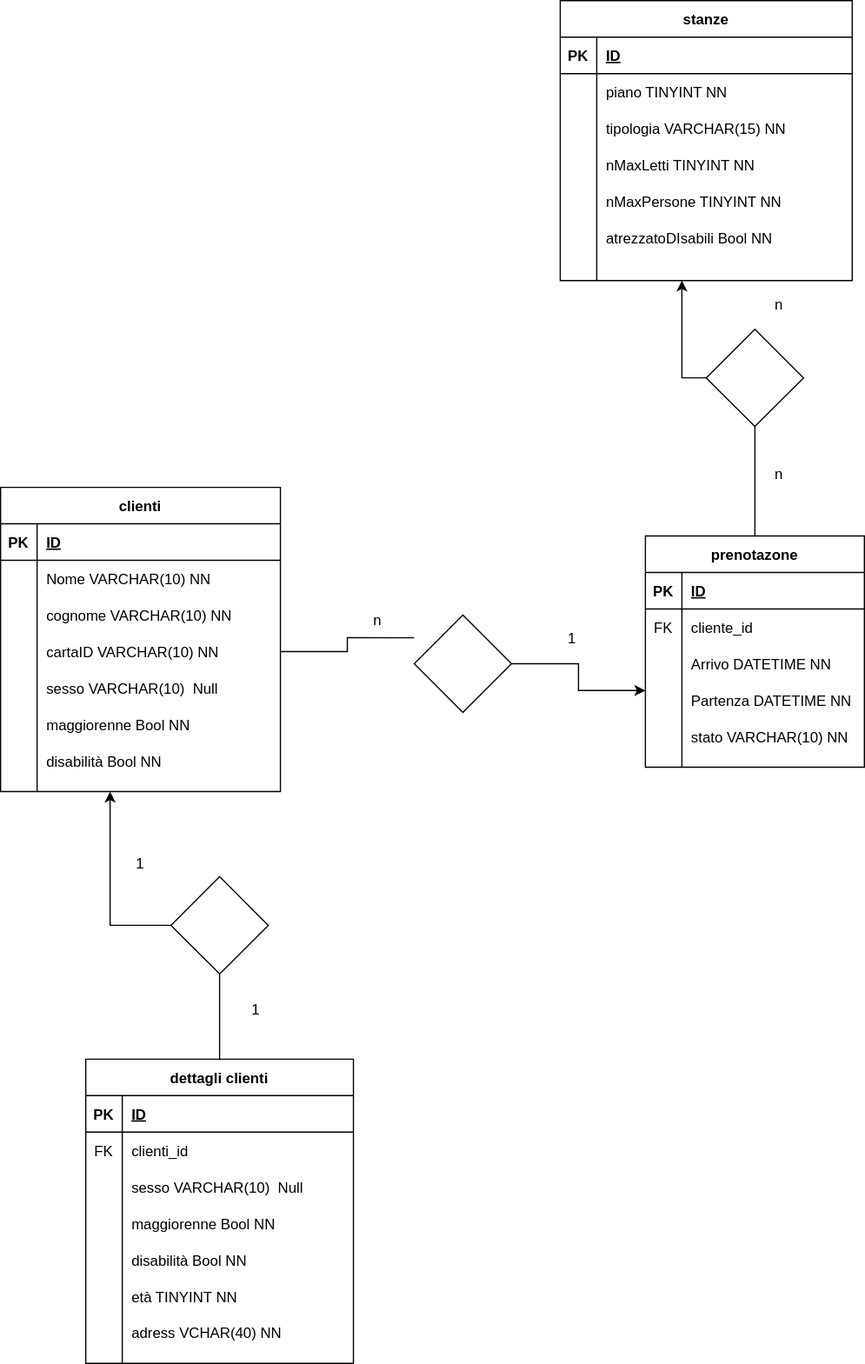
Before: hotel.svg, a diagram exported from draw.io (GabrieleCorti/db-hotel). Source tidied: cells renumbered, new cells last; positions are measured from the earlier drawing's top-left corner, leaving out a move shared by most shapes.
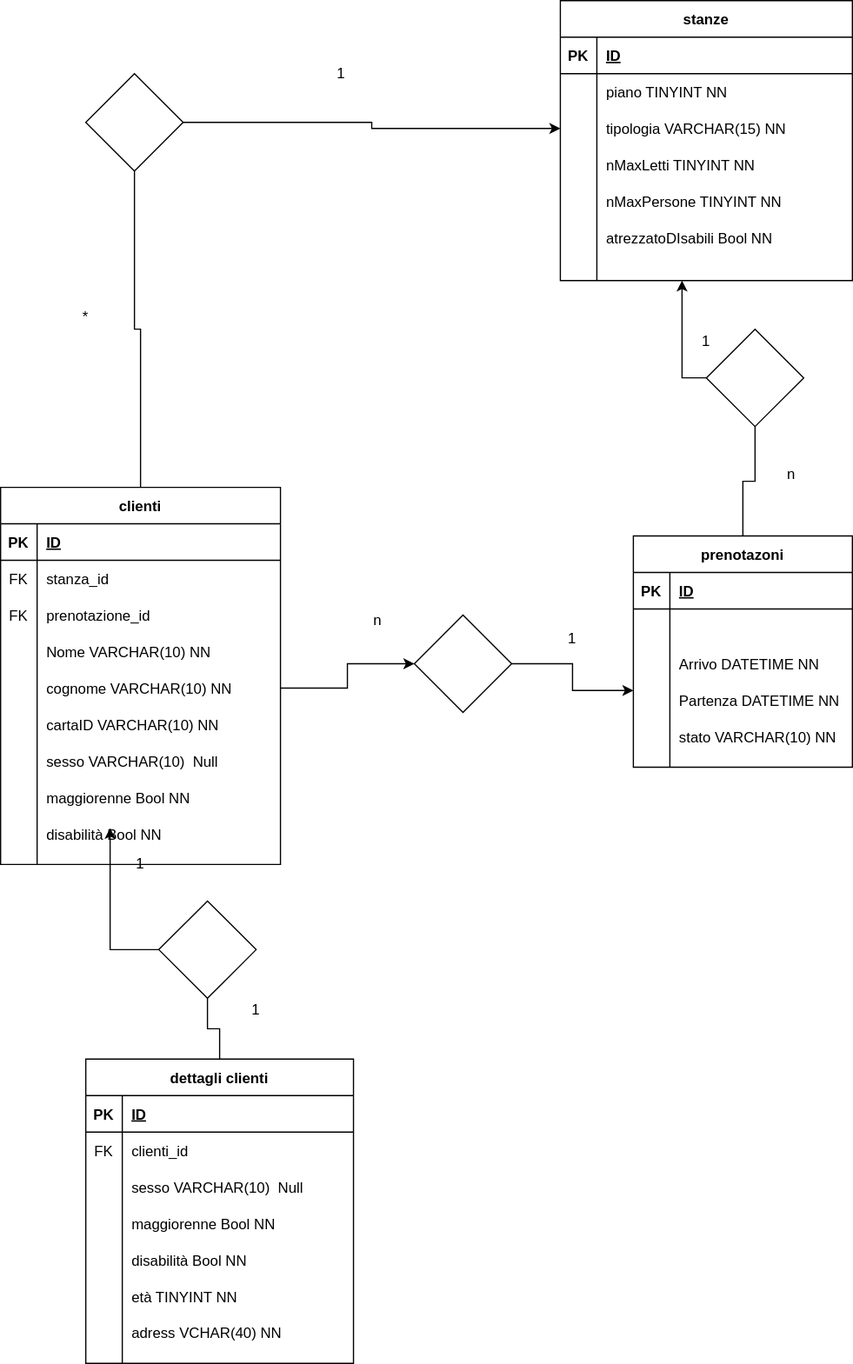
Later version of the same file.

Commit message:
coretto errori

The edit, as a diff of the source:
```diff
@@ -59,8 +59,11 @@
     <mxCell id="20" value="atrezzatoDIsabili Bool NN" style="shape=partialRectangle;fillColor=none;top=0;left=0;bottom=0;right=0;align=left;spacingLeft=6;overflow=hidden;" parent="18" vertex="1">
       <mxGeometry x="30" width="210" height="30" as="geometry" />
     </mxCell>
+    <mxCell id="95" style="edgeStyle=orthogonalEdgeStyle;rounded=0;jettySize=auto;html=1;startArrow=none;" parent="1" edge="1" source="102" target="9">
+      <mxGeometry relative="1" as="geometry" />
+    </mxCell>
     <mxCell id="21" value="clienti" style="shape=table;startSize=30;rowLines=0;fontStyle=1;align=center;" parent="1" vertex="1">
-      <mxGeometry y="400" width="230" height="250" as="geometry" />
+      <mxGeometry y="400" width="230" height="310" as="geometry" />
     </mxCell>
     <mxCell id="22" style="shape=partialRectangle;fillColor=none;top=0;left=0;bottom=1;right=0;" parent="21" vertex="1">
       <mxGeometry y="30" width="230" height="30" as="geometry" />
@@ -71,8 +74,26 @@
     <mxCell id="24" value="ID" style="shape=partialRectangle;fillColor=none;top=0;left=0;bottom=0;right=0;align=left;spacingLeft=6;fontStyle=5;overflow=hidden;" parent="22" vertex="1">
       <mxGeometry x="30" width="200" height="30" as="geometry" />
     </mxCell>
+    <mxCell id="96" style="shape=partialRectangle;fillColor=none;top=0;left=0;bottom=0;right=0;" parent="21" vertex="1">
+      <mxGeometry y="60" width="230" height="30" as="geometry" />
+    </mxCell>
+    <mxCell id="97" value="FK" style="shape=partialRectangle;fillColor=none;top=0;left=0;bottom=0;right=0;fontStyle=0;overflow=hidden;" parent="96" vertex="1">
+      <mxGeometry width="30" height="30" as="geometry" />
+    </mxCell>
+    <mxCell id="98" value="stanza_id" style="shape=partialRectangle;fillColor=none;top=0;left=0;bottom=0;right=0;align=left;spacingLeft=6;fontStyle=0;overflow=hidden;" parent="96" vertex="1">
+      <mxGeometry x="30" width="200" height="30" as="geometry" />
+    </mxCell>
+    <mxCell id="99" style="shape=partialRectangle;fillColor=none;top=0;left=0;bottom=0;right=0;" parent="21" vertex="1">
+      <mxGeometry y="90" width="230" height="30" as="geometry" />
+    </mxCell>
+    <mxCell id="100" value="FK" style="shape=partialRectangle;fillColor=none;top=0;left=0;bottom=0;right=0;fontStyle=0;overflow=hidden;" parent="99" vertex="1">
+      <mxGeometry width="30" height="30" as="geometry" />
+    </mxCell>
+    <mxCell id="101" value="prenotazione_id" style="shape=partialRectangle;fillColor=none;top=0;left=0;bottom=0;right=0;align=left;spacingLeft=6;fontStyle=0;overflow=hidden;" parent="99" vertex="1">
+      <mxGeometry x="30" width="200" height="30" as="geometry" />
+    </mxCell>
     <mxCell id="25" style="shape=partialRectangle;fillColor=none;top=0;left=0;bottom=0;right=0;" parent="21" vertex="1">
-      <mxGeometry y="60" width="230" height="30" as="geometry" />
+      <mxGeometry y="120" width="230" height="30" as="geometry" />
     </mxCell>
     <mxCell id="26" style="shape=partialRectangle;fillColor=none;top=0;left=0;bottom=0;right=0;overflow=hidden;" parent="25" vertex="1">
       <mxGeometry width="30" height="30" as="geometry" />
@@ -81,7 +102,7 @@
       <mxGeometry x="30" width="200" height="30" as="geometry" />
     </mxCell>
     <mxCell id="28" style="shape=partialRectangle;fillColor=none;top=0;left=0;bottom=0;right=0;points=[[0,0.5],[1,0.5]];portConstraint=eastwest;" parent="21" vertex="1">
-      <mxGeometry y="90" width="230" height="30" as="geometry" />
+      <mxGeometry y="150" width="230" height="30" as="geometry" />
     </mxCell>
     <mxCell id="29" style="shape=partialRectangle;fillColor=none;top=0;left=0;bottom=0;right=0;overflow=hidden;" parent="28" vertex="1">
       <mxGeometry width="30" height="30" as="geometry" />
@@ -90,7 +111,7 @@
       <mxGeometry x="30" width="200" height="30" as="geometry" />
     </mxCell>
     <mxCell id="31" style="shape=partialRectangle;fillColor=none;top=0;left=0;bottom=0;right=0;points=[[0,0.5],[1,0.5]];portConstraint=eastwest;" parent="21" vertex="1">
-      <mxGeometry y="120" width="230" height="30" as="geometry" />
+      <mxGeometry y="180" width="230" height="30" as="geometry" />
     </mxCell>
     <mxCell id="32" style="shape=partialRectangle;fillColor=none;top=0;left=0;bottom=0;right=0;overflow=hidden;" parent="31" vertex="1">
       <mxGeometry width="30" height="30" as="geometry" />
@@ -99,7 +120,7 @@
       <mxGeometry x="30" width="200" height="30" as="geometry" />
     </mxCell>
     <mxCell id="34" style="shape=partialRectangle;fillColor=none;top=0;left=0;bottom=0;right=0;" parent="21" vertex="1">
-      <mxGeometry y="150" width="230" height="30" as="geometry" />
+      <mxGeometry y="210" width="230" height="30" as="geometry" />
     </mxCell>
     <mxCell id="35" style="shape=partialRectangle;fillColor=none;top=0;left=0;bottom=0;right=0;overflow=hidden;" parent="34" vertex="1">
       <mxGeometry width="30" height="30" as="geometry" />
@@ -108,7 +129,7 @@
       <mxGeometry x="30" width="200" height="30" as="geometry" />
     </mxCell>
     <mxCell id="37" style="shape=partialRectangle;fillColor=none;top=0;left=0;bottom=0;right=0;" parent="21" vertex="1">
-      <mxGeometry y="180" width="230" height="30" as="geometry" />
+      <mxGeometry y="240" width="230" height="30" as="geometry" />
     </mxCell>
     <mxCell id="38" style="shape=partialRectangle;fillColor=none;top=0;left=0;bottom=0;right=0;overflow=hidden;" parent="37" vertex="1">
       <mxGeometry width="30" height="30" as="geometry" />
@@ -117,7 +138,7 @@
       <mxGeometry x="30" width="200" height="30" as="geometry" />
     </mxCell>
     <mxCell id="40" style="shape=partialRectangle;fillColor=none;top=0;left=0;bottom=0;right=0;" parent="21" vertex="1">
-      <mxGeometry y="210" width="230" height="30" as="geometry" />
+      <mxGeometry y="270" width="230" height="30" as="geometry" />
     </mxCell>
     <mxCell id="41" style="shape=partialRectangle;fillColor=none;top=0;left=0;bottom=0;right=0;overflow=hidden;" parent="40" vertex="1">
       <mxGeometry width="30" height="30" as="geometry" />
@@ -130,8 +151,8 @@
         <mxPoint x="560" y="230" as="targetPoint" />
       </mxGeometry>
     </mxCell>
-    <mxCell id="44" value="prenotazone" style="shape=table;startSize=30;rowLines=0;fontStyle=1;align=center;" parent="1" vertex="1">
-      <mxGeometry x="530" y="440" width="180" height="190" as="geometry" />
+    <mxCell id="44" value="prenotazoni" style="shape=table;startSize=30;rowLines=0;fontStyle=1;align=center;" parent="1" vertex="1">
+      <mxGeometry x="520" y="440" width="180" height="190" as="geometry" />
     </mxCell>
     <mxCell id="45" style="shape=partialRectangle;fillColor=none;top=0;left=0;bottom=1;right=0;" parent="44" vertex="1">
       <mxGeometry y="30" width="180" height="30" as="geometry" />
@@ -145,10 +166,10 @@
     <mxCell id="48" style="shape=partialRectangle;fillColor=none;top=0;left=0;bottom=0;right=0;" parent="44" vertex="1">
       <mxGeometry y="60" width="180" height="30" as="geometry" />
     </mxCell>
-    <mxCell id="49" value="FK" style="shape=partialRectangle;fillColor=none;top=0;left=0;bottom=0;right=0;fontStyle=0;overflow=hidden;" parent="48" vertex="1">
+    <mxCell id="49" style="shape=partialRectangle;fillColor=none;top=0;left=0;bottom=0;right=0;fontStyle=0;overflow=hidden;" parent="48" vertex="1">
       <mxGeometry width="30" height="30" as="geometry" />
     </mxCell>
-    <mxCell id="50" value="cliente_id" style="shape=partialRectangle;fillColor=none;top=0;left=0;bottom=0;right=0;align=left;spacingLeft=6;fontStyle=0;overflow=hidden;" parent="48" vertex="1">
+    <mxCell id="50" style="shape=partialRectangle;fillColor=none;top=0;left=0;bottom=0;right=0;align=left;spacingLeft=6;fontStyle=0;overflow=hidden;" parent="48" vertex="1">
       <mxGeometry x="30" width="150" height="30" as="geometry" />
     </mxCell>
     <mxCell id="51" style="shape=partialRectangle;fillColor=none;top=0;left=0;bottom=0;right=0;" parent="44" vertex="1">
@@ -194,14 +215,14 @@
       <mxGeometry relative="1" as="geometry" />
     </mxCell>
     <mxCell id="65" value="n" style="text;html=1;strokeColor=none;fillColor=none;align=center;verticalAlign=middle;whiteSpace=wrap;rounded=0;" parent="1" vertex="1">
-      <mxGeometry x="620" y="240" width="40" height="20" as="geometry" />
+      <mxGeometry x="630" y="380" width="40" height="20" as="geometry" />
     </mxCell>
-    <mxCell id="66" value="n" style="text;html=1;strokeColor=none;fillColor=none;align=center;verticalAlign=middle;whiteSpace=wrap;rounded=0;" parent="1" vertex="1">
-      <mxGeometry x="620" y="380" width="40" height="20" as="geometry" />
+    <mxCell id="66" value="1" style="text;html=1;strokeColor=none;fillColor=none;align=center;verticalAlign=middle;whiteSpace=wrap;rounded=0;" parent="1" vertex="1">
+      <mxGeometry x="560" y="270" width="40" height="20" as="geometry" />
     </mxCell>
-    <mxCell id="67" style="edgeStyle=orthogonalEdgeStyle;rounded=0;jettySize=auto;html=1;" parent="1" edge="1" source="68">
+    <mxCell id="67" style="edgeStyle=orthogonalEdgeStyle;rounded=0;jettySize=auto;html=1;startArrow=none;" parent="1" edge="1" source="90">
       <mxGeometry relative="1" as="geometry">
-        <mxPoint x="90" y="650" as="targetPoint" />
+        <mxPoint x="90" y="680" as="targetPoint" />
       </mxGeometry>
     </mxCell>
     <mxCell id="68" value="dettagli clienti" style="shape=table;startSize=30;rowLines=0;fontStyle=1;align=center;" parent="1" vertex="1">
@@ -270,9 +291,6 @@
     <mxCell id="89" value="adress VCHAR(40) NN" style="shape=partialRectangle;fillColor=none;top=0;left=0;bottom=0;right=0;align=left;spacingLeft=6;overflow=hidden;" parent="87" vertex="1">
       <mxGeometry x="30" width="190" height="30" as="geometry" />
     </mxCell>
-    <mxCell id="90" style="rhombus;whiteSpace=wrap;html=1;" parent="1" vertex="1">
-      <mxGeometry x="140" y="720" width="80" height="80" as="geometry" />
-    </mxCell>
     <mxCell id="91" value="1" style="text;html=1;strokeColor=none;fillColor=none;align=center;verticalAlign=middle;whiteSpace=wrap;rounded=0;" parent="1" vertex="1">
       <mxGeometry x="190" y="820" width="40" height="20" as="geometry" />
     </mxCell>
@@ -282,13 +300,26 @@
     <mxCell id="93" style="rhombus;whiteSpace=wrap;html=1;" parent="1" vertex="1">
       <mxGeometry x="340" y="505" width="80" height="80" as="geometry" />
     </mxCell>
-    <mxCell id="94" style="edgeStyle=orthogonalEdgeStyle;rounded=0;jettySize=auto;html=1;entryX=0;entryY=0.233;entryDx=0;entryDy=0;entryPerimeter=0;endArrow=none;" parent="1" edge="1" source="31" target="93">
-      <mxGeometry relative="1" as="geometry">
-        <Array as="points">
-          <mxPoint x="285" y="535" />
-          <mxPoint x="285" y="524" />
-        </Array>
-      </mxGeometry>
-    </mxCell>
+    <mxCell id="102" style="rhombus;whiteSpace=wrap;html=1;" parent="1" vertex="1">
+      <mxGeometry x="70" y="60" width="80" height="80" as="geometry" />
+    </mxCell>
+    <mxCell id="103" style="edgeStyle=orthogonalEdgeStyle;rounded=0;jettySize=auto;html=1;endArrow=none;" parent="1" edge="1" source="21" target="102">
+      <mxGeometry relative="1" as="geometry" />
+    </mxCell>
+    <mxCell id="104" value="1" style="text;html=1;strokeColor=none;fillColor=none;align=center;verticalAlign=middle;whiteSpace=wrap;rounded=0;" parent="1" vertex="1">
+      <mxGeometry x="260" y="50" width="40" height="20" as="geometry" />
+    </mxCell>
+    <mxCell id="105" value="*" style="text;html=1;strokeColor=none;fillColor=none;align=center;verticalAlign=middle;whiteSpace=wrap;rounded=0;" parent="1" vertex="1">
+      <mxGeometry x="50" y="250" width="40" height="20" as="geometry" />
+    </mxCell>
+    <mxCell id="106" style="edgeStyle=orthogonalEdgeStyle;rounded=0;jettySize=auto;html=1;" parent="1" edge="1" source="28" target="93">
+      <mxGeometry relative="1" as="geometry" />
+    </mxCell>
+    <mxCell id="90" style="rhombus;whiteSpace=wrap;html=1;" parent="1" vertex="1">
+      <mxGeometry x="130" y="740" width="80" height="80" as="geometry" />
+    </mxCell>
+    <mxCell id="107" style="edgeStyle=orthogonalEdgeStyle;rounded=0;jettySize=auto;html=1;endArrow=none;" parent="1" edge="1" source="68" target="90">
+      <mxGeometry relative="1" as="geometry" />
+    </mxCell>
   </root>
 </mxGraphModel>
```
